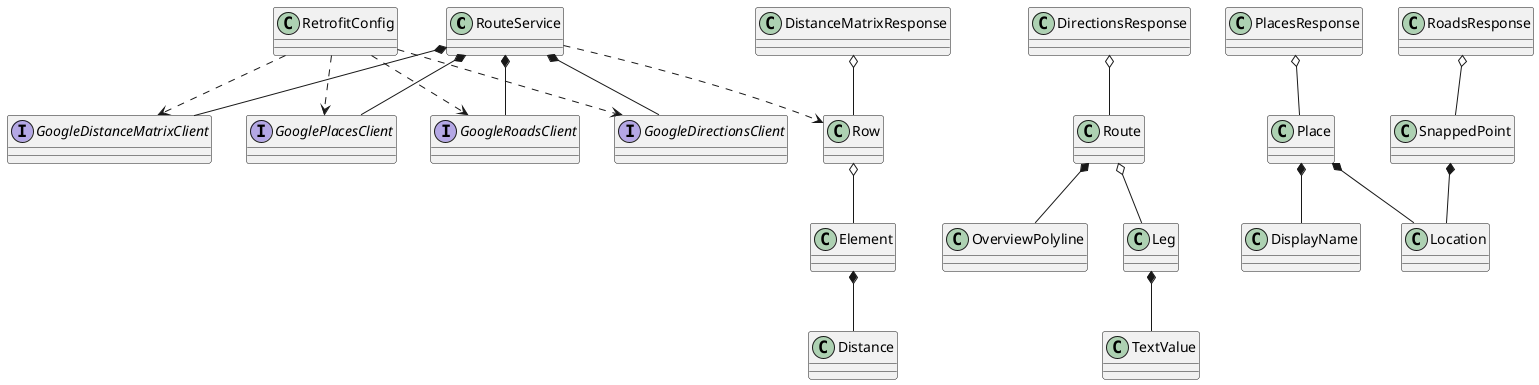
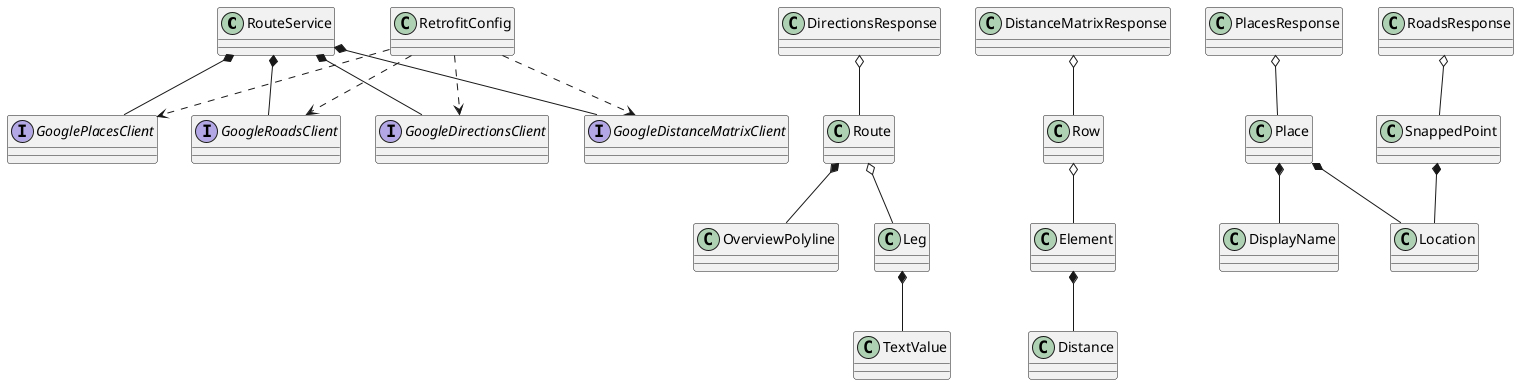
@startuml
top to bottom direction

class RouteService
class RetrofitConfig
interface GoogleDirectionsClient
interface GoogleDistanceMatrixClient
interface GooglePlacesClient
interface GoogleRoadsClient
class DirectionsResponse
class Route
class OverviewPolyline
class Leg
class TextValue
class DistanceMatrixResponse
class Row
class Element
class Distance
class PlacesResponse
class Place
class Location
class DisplayName
class RoadsResponse
class SnappedPoint

RouteService *-- GooglePlacesClient
RouteService *-- GoogleRoadsClient
RouteService *-- GoogleDistanceMatrixClient
RouteService *-- GoogleDirectionsClient
- RouteService ..> Row
RetrofitConfig ..> GooglePlacesClient
RetrofitConfig ..> GoogleRoadsClient
RetrofitConfig ..> GoogleDistanceMatrixClient
RetrofitConfig ..> GoogleDirectionsClient
DirectionsResponse o-- Route
Route *-- OverviewPolyline
Route o-- Leg
Leg *-- TextValue
DistanceMatrixResponse o-- Row
Row o-- Element
Element *-- Distance
PlacesResponse o-- Place
Place *-- Location
Place *-- DisplayName
RoadsResponse o-- SnappedPoint
SnappedPoint *-- Location
@enduml